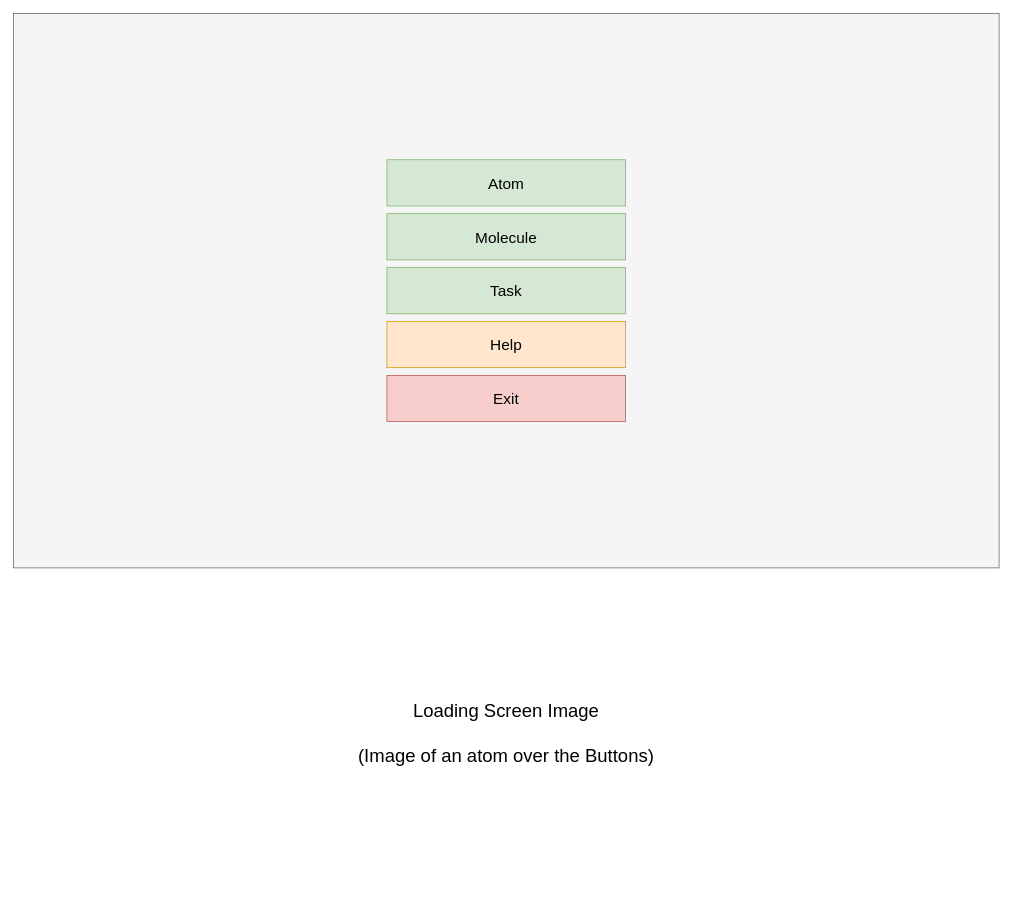
This is page "Main Menu" (1 of 4) of Planning/UX.drawio from KH241/Krypton, a draw.io file, before an edit. Source tidied: cells renumbered, new cells numbered last; positions are measured from the earlier drawing's top-left corner, leaving out a move shared by most shapes. Both pictures are drawn from the tidied source at 77%, with x=0, y=0 at pixel (13, 13).
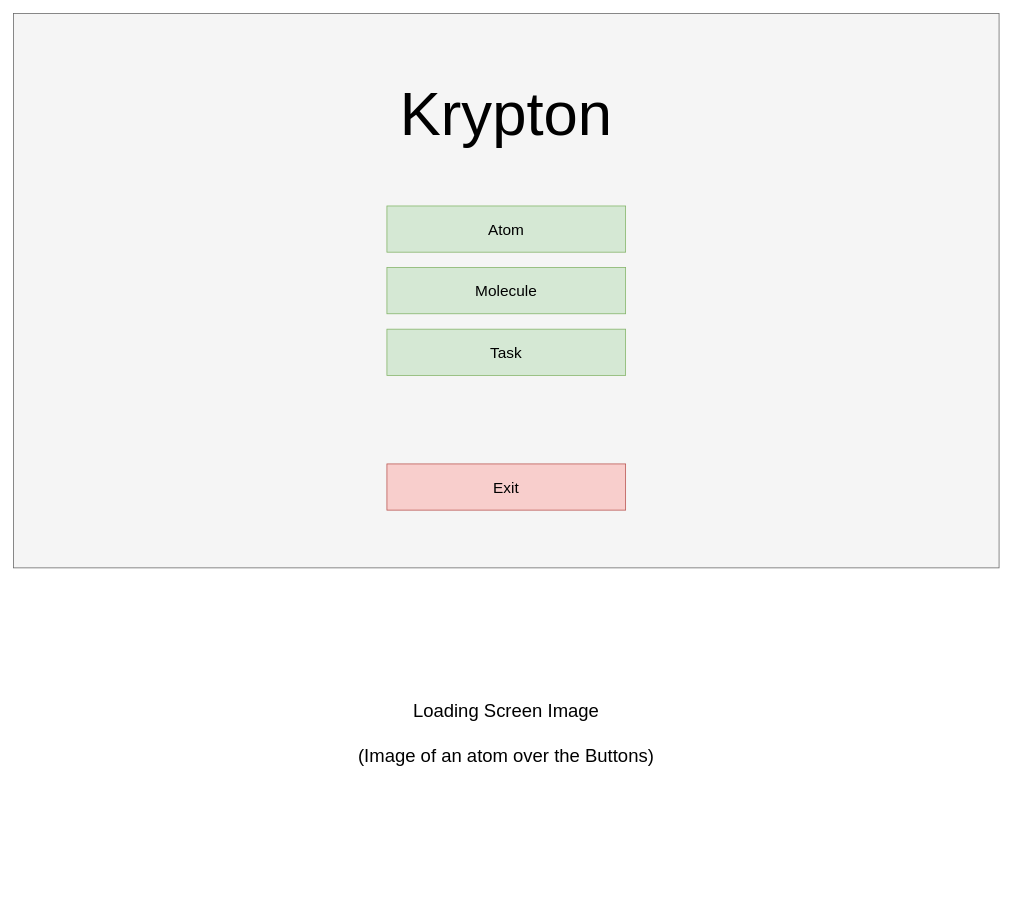
Above is the later version.

The edit, as a diff of the source:
```diff
@@
 <mxGraphModel>
   <root>
     <mxCell id="0" />
     <mxCell id="1" parent="0" />
     <mxCell id="2" style="rounded=0;whiteSpace=wrap;html=1;fillColor=#f5f5f5;strokeColor=#666666;fontColor=#333333;" parent="1" vertex="1">
       <mxGeometry width="1280" height="720" as="geometry" />
     </mxCell>
     <mxCell id="3" value="Atom" style="rounded=0;whiteSpace=wrap;html=1;fontSize=20;fillColor=#d5e8d4;strokeColor=#82b366;" parent="1" vertex="1">
-      <mxGeometry x="485" y="190" width="310" height="60" as="geometry" />
+      <mxGeometry x="485" y="250" width="310" height="60" as="geometry" />
     </mxCell>
     <mxCell id="4" value="Molecule" style="rounded=0;whiteSpace=wrap;html=1;fontSize=20;fillColor=#d5e8d4;strokeColor=#82b366;" parent="1" vertex="1">
-      <mxGeometry x="485" y="260" width="310" height="60" as="geometry" />
+      <mxGeometry x="485" y="330" width="310" height="60" as="geometry" />
     </mxCell>
     <mxCell id="5" value="Exit" style="rounded=0;whiteSpace=wrap;html=1;fontSize=20;fillColor=#f8cecc;strokeColor=#b85450;" parent="1" vertex="1">
-      <mxGeometry x="485" y="470" width="310" height="60" as="geometry" />
+      <mxGeometry x="485" y="585" width="310" height="60" as="geometry" />
     </mxCell>
-    <mxCell id="6" value="Help" style="rounded=0;whiteSpace=wrap;html=1;fontSize=20;fillColor=#ffe6cc;strokeColor=#d79b00;" parent="1" vertex="1">
-      <mxGeometry x="485" y="400" width="310" height="60" as="geometry" />
-    </mxCell>
     <mxCell id="7" value="Task" style="rounded=0;whiteSpace=wrap;html=1;fontSize=20;fillColor=#d5e8d4;strokeColor=#82b366;" parent="1" vertex="1">
-      <mxGeometry x="485" y="330" width="310" height="60" as="geometry" />
+      <mxGeometry x="485" y="410" width="310" height="60" as="geometry" />
     </mxCell>
     <mxCell id="8" value="Loading Screen Image&lt;br&gt;&lt;br&gt;(Image of an atom over the Buttons)" style="text;html=1;strokeColor=none;fillColor=none;align=center;verticalAlign=middle;whiteSpace=wrap;rounded=0;fontSize=24;" parent="1" vertex="1">
       <mxGeometry y="720" width="1280" height="430" as="geometry" />
     </mxCell>
+    <mxCell id="9" value="&lt;font style=&quot;font-size: 80px&quot;&gt;Krypton&lt;/font&gt;" style="text;html=1;strokeColor=none;fillColor=none;align=center;verticalAlign=middle;whiteSpace=wrap;rounded=0;" parent="1" vertex="1">
+      <mxGeometry x="505" y="90" width="270" height="80" as="geometry" />
+    </mxCell>
   </root>
 </mxGraphModel>
```
